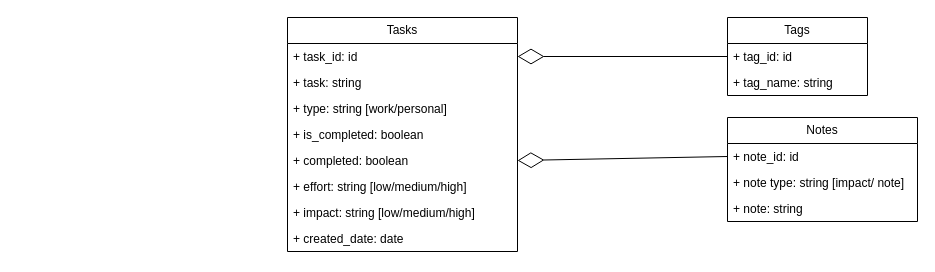
This is Planner.drawio from danivijay/flow_diagrams, a draw.io file, before an edit. Source tidied: cells renumbered, new cells numbered last; positions are measured from the earlier drawing's top-left corner, leaving out a move shared by most shapes. Both pictures are drawn from the tidied source at 100%, with x=0, y=0 at pixel (287, 17).
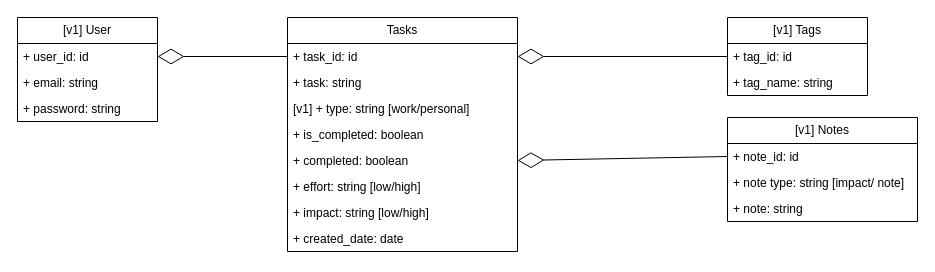
Above is the later version.

The change refers to these unchanged cells:
```xml
<mxCell id="2" value="Tasks" style="swimlane;fontStyle=0;horizontal=1;startSize=26;fillColor=none;whiteSpace=wrap;html=1;" parent="1" vertex="1">
  <mxGeometry width="230" height="234" as="geometry" />
</mxCell>
<mxCell id="3" value="+ task_id: id" style="text;strokeColor=none;fillColor=none;align=left;verticalAlign=top;spacingLeft=4;spacingRight=4;overflow=hidden;points=[[0,0.5],[1,0.5]];portConstraint=eastwest;whiteSpace=wrap;html=1;" parent="2" vertex="1">
  <mxGeometry y="26" width="230" height="26" as="geometry" />
</mxCell>
```

Change to the diagram source:
```diff
@@
-    <mxCell id="5" value="+ type: string [work/personal]" style="text;strokeColor=none;fillColor=none;align=left;verticalAlign=top;spacingLeft=4;spacingRight=4;overflow=hidden;whiteSpace=wrap;html=1;" parent="2" vertex="1">
+    <mxCell id="5" value="[v1] + type: string [work/personal]" style="text;strokeColor=none;fillColor=none;align=left;verticalAlign=top;spacingLeft=4;spacingRight=4;overflow=hidden;whiteSpace=wrap;html=1;" parent="2" vertex="1">
       <mxGeometry y="78" width="230" height="26" as="geometry" />
     </mxCell>
@@
-    <mxCell id="8" value="+ effort: string [low/medium/high]" style="text;strokeColor=none;fillColor=none;align=left;verticalAlign=top;spacingLeft=4;spacingRight=4;overflow=hidden;whiteSpace=wrap;html=1;" parent="2" vertex="1">
+    <mxCell id="8" value="+ effort: string [low/high]" style="text;strokeColor=none;fillColor=none;align=left;verticalAlign=top;spacingLeft=4;spacingRight=4;overflow=hidden;whiteSpace=wrap;html=1;" parent="2" vertex="1">
       <mxGeometry y="156" width="230" height="26" as="geometry" />
     </mxCell>
-    <mxCell id="9" value="+ impact: string [low/medium/high]" style="text;strokeColor=none;fillColor=none;align=left;verticalAlign=top;spacingLeft=4;spacingRight=4;overflow=hidden;whiteSpace=wrap;html=1;" parent="2" vertex="1">
+    <mxCell id="9" value="+ impact: string [low/high]" style="text;strokeColor=none;fillColor=none;align=left;verticalAlign=top;spacingLeft=4;spacingRight=4;overflow=hidden;whiteSpace=wrap;html=1;" parent="2" vertex="1">
       <mxGeometry y="182" width="230" height="26" as="geometry" />
     </mxCell>
@@
-    <mxCell id="11" value="Tags" style="swimlane;fontStyle=0;horizontal=1;startSize=26;fillColor=none;whiteSpace=wrap;html=1;" parent="1" vertex="1">
+    <mxCell id="11" value="[v1] Tags" style="swimlane;fontStyle=0;horizontal=1;startSize=26;fillColor=none;whiteSpace=wrap;html=1;" parent="1" vertex="1">
       <mxGeometry x="440" width="140" height="78" as="geometry" />
     </mxCell>
@@
-    <mxCell id="14" value="Notes" style="swimlane;fontStyle=0;horizontal=1;startSize=26;fillColor=none;whiteSpace=wrap;html=1;" parent="1" vertex="1">
+    <mxCell id="14" value="[v1] Notes" style="swimlane;fontStyle=0;horizontal=1;startSize=26;fillColor=none;whiteSpace=wrap;html=1;" parent="1" vertex="1">
       <mxGeometry x="440" y="100" width="190" height="104" as="geometry" />
     </mxCell>
@@
+    <mxCell id="20" value="[v1] User" style="swimlane;fontStyle=0;horizontal=1;startSize=26;fillColor=none;whiteSpace=wrap;html=1;" parent="1" vertex="1">
+      <mxGeometry x="-270" width="140" height="104" as="geometry" />
+    </mxCell>
+    <mxCell id="21" value="+ user_id: id" style="text;strokeColor=none;fillColor=none;align=left;verticalAlign=top;spacingLeft=4;spacingRight=4;overflow=hidden;points=[[0,0.5],[1,0.5]];portConstraint=eastwest;whiteSpace=wrap;html=1;" parent="20" vertex="1">
+      <mxGeometry y="26" width="140" height="26" as="geometry" />
+    </mxCell>
+    <mxCell id="22" value="+ email: string" style="text;strokeColor=none;fillColor=none;align=left;verticalAlign=top;spacingLeft=4;spacingRight=4;overflow=hidden;whiteSpace=wrap;html=1;" parent="20" vertex="1">
+      <mxGeometry y="52" width="140" height="26" as="geometry" />
+    </mxCell>
+    <mxCell id="23" value="+ password: string" style="text;strokeColor=none;fillColor=none;align=left;verticalAlign=top;spacingLeft=4;spacingRight=4;overflow=hidden;whiteSpace=wrap;html=1;" parent="20" vertex="1">
+      <mxGeometry y="78" width="140" height="26" as="geometry" />
+    </mxCell>
+    <mxCell id="24" style="endArrow=diamondThin;endFill=0;endSize=24;html=1;rounded=0;entryX=1;entryY=0.5;entryDx=0;entryDy=0;exitX=0;exitY=0.5;exitDx=0;exitDy=0;" parent="1" edge="1" source="3" target="21">
+      <mxGeometry relative="1" as="geometry" />
+    </mxCell>
```
